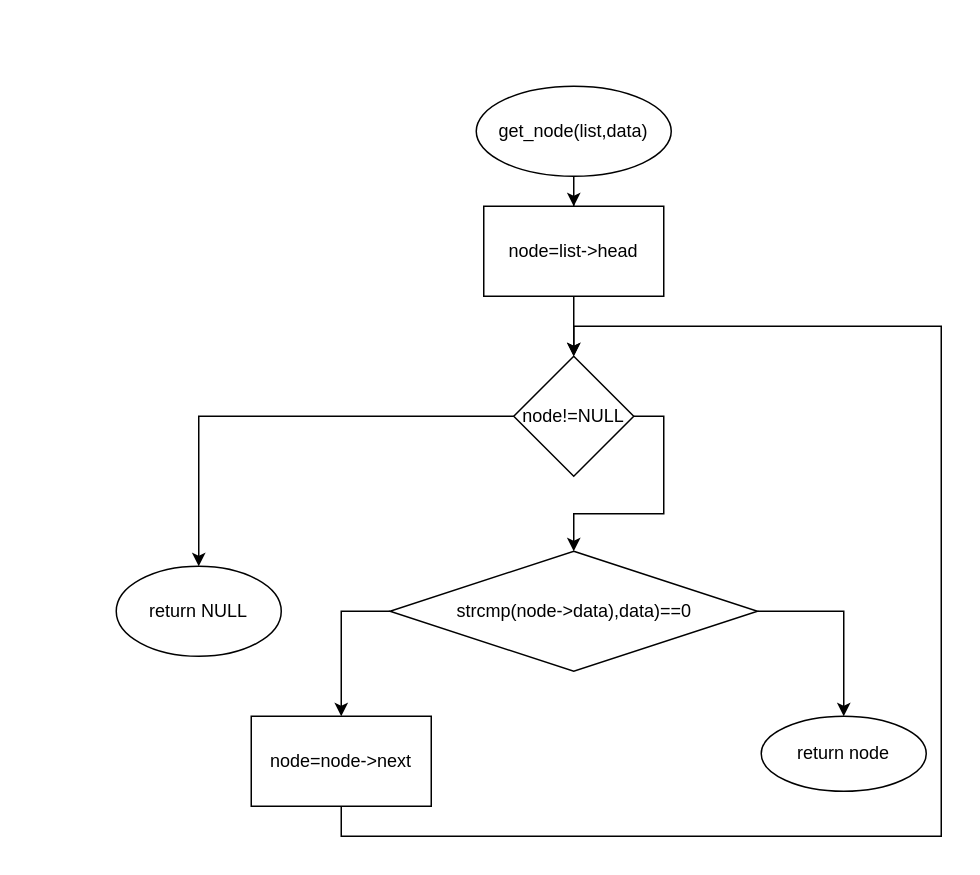
Before: page "get_node" (4 of 7) of lab6.drawio in Alvald1/draw.io, a draw.io diagram. Source tidied: cells renumbered, new cells numbered last; positions are measured from the earlier drawing's top-left corner, leaving out a move shared by most shapes. Both pictures are drawn from the tidied source at 150%, with x=0, y=0 at pixel (116, 86).
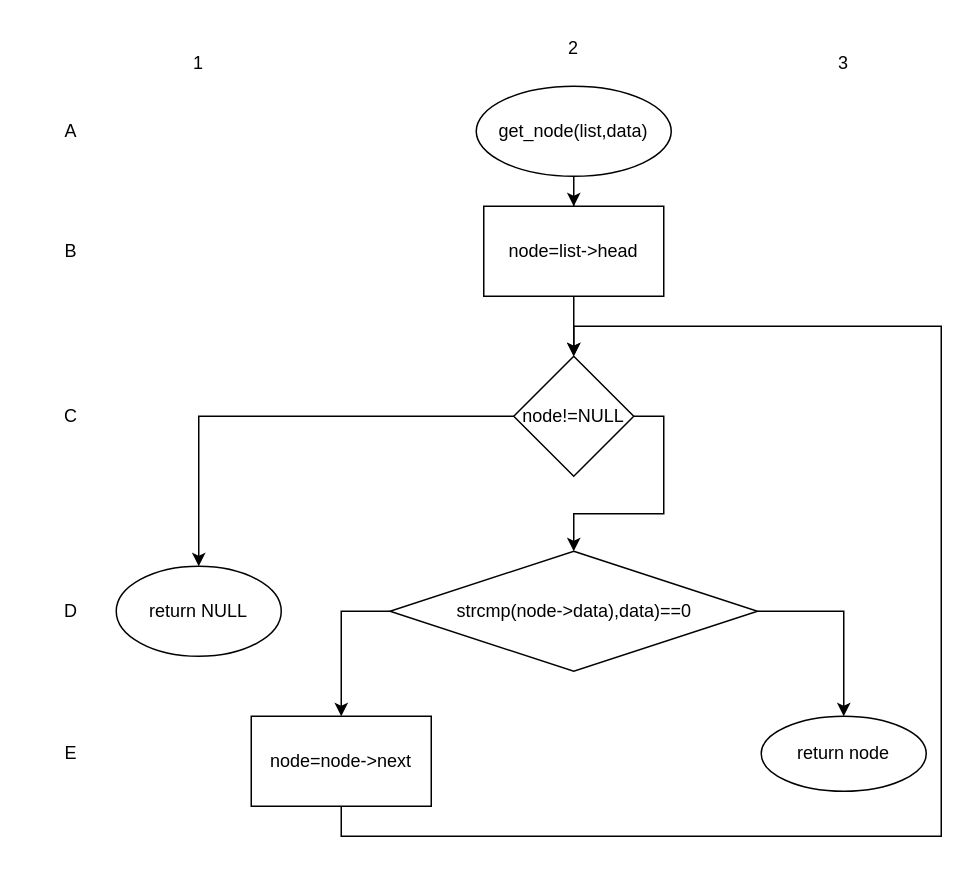
After the change.

Diff of the diagram source:
```diff
@@
+    <mxCell id="16" value="1" style="text;html=1;strokeColor=none;fillColor=none;align=center;verticalAlign=middle;whiteSpace=wrap;rounded=0;" parent="1" vertex="1">
+      <mxGeometry x="25" y="-30" width="60" height="30" as="geometry" />
+    </mxCell>
+    <mxCell id="17" value="2" style="text;html=1;strokeColor=none;fillColor=none;align=center;verticalAlign=middle;whiteSpace=wrap;rounded=0;" parent="1" vertex="1">
+      <mxGeometry x="275" y="-40" width="60" height="30" as="geometry" />
+    </mxCell>
+    <mxCell id="18" value="3" style="text;html=1;strokeColor=none;fillColor=none;align=center;verticalAlign=middle;whiteSpace=wrap;rounded=0;" parent="1" vertex="1">
+      <mxGeometry x="455" y="-30" width="60" height="30" as="geometry" />
+    </mxCell>
+    <mxCell id="19" value="A" style="text;html=1;strokeColor=none;fillColor=none;align=center;verticalAlign=middle;whiteSpace=wrap;rounded=0;" parent="1" vertex="1">
+      <mxGeometry x="-60" y="15" width="60" height="30" as="geometry" />
+    </mxCell>
+    <mxCell id="20" value="B" style="text;html=1;strokeColor=none;fillColor=none;align=center;verticalAlign=middle;whiteSpace=wrap;rounded=0;" parent="1" vertex="1">
+      <mxGeometry x="-60" y="95" width="60" height="30" as="geometry" />
+    </mxCell>
+    <mxCell id="21" value="C" style="text;html=1;strokeColor=none;fillColor=none;align=center;verticalAlign=middle;whiteSpace=wrap;rounded=0;" parent="1" vertex="1">
+      <mxGeometry x="-60" y="205" width="60" height="30" as="geometry" />
+    </mxCell>
+    <mxCell id="22" value="D" style="text;html=1;strokeColor=none;fillColor=none;align=center;verticalAlign=middle;whiteSpace=wrap;rounded=0;" parent="1" vertex="1">
+      <mxGeometry x="-60" y="335" width="60" height="30" as="geometry" />
+    </mxCell>
+    <mxCell id="23" value="E" style="text;html=1;strokeColor=none;fillColor=none;align=center;verticalAlign=middle;whiteSpace=wrap;rounded=0;" parent="1" vertex="1">
+      <mxGeometry x="-60" y="430" width="60" height="30" as="geometry" />
+    </mxCell>
```
